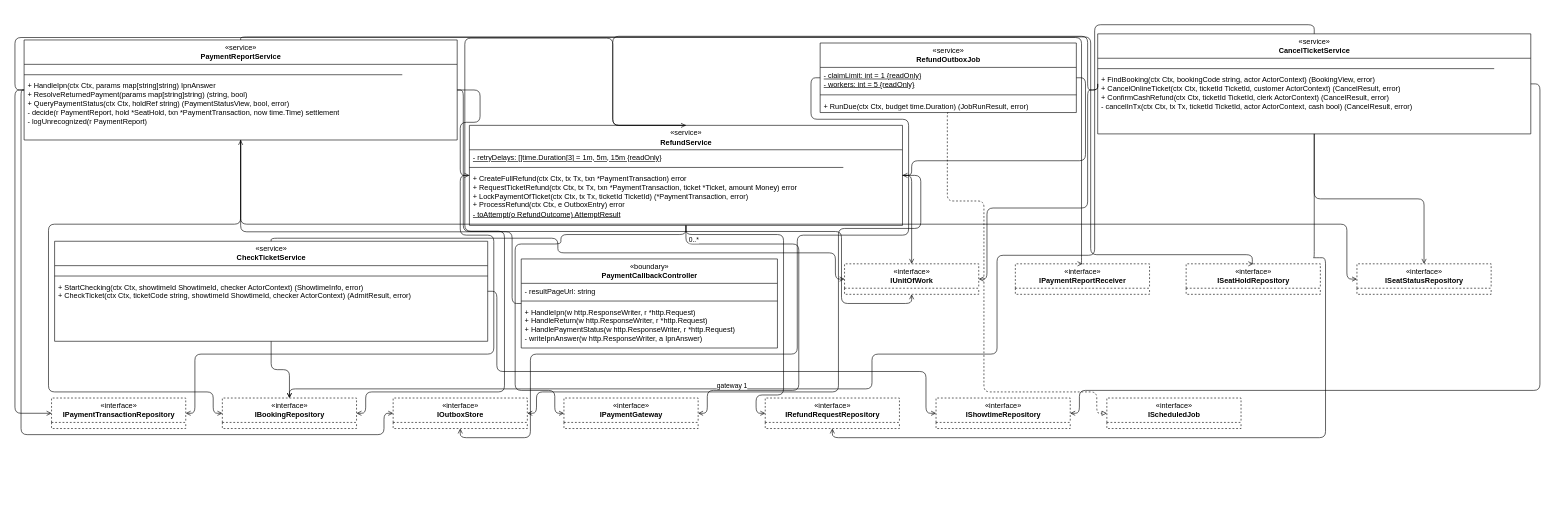
Above: design/diagrams/P12-class-PKG-12-PKG-14-PKG-15.drawio in luytbq/app-dat-ve-xem-phim (draw.io), before the change. Source tidied: cells renumbered, new cells numbered last; positions are measured from the earlier drawing's top-left corner, leaving out a move shared by most shapes. Both pictures are drawn from the tidied source at 61%, with x=0, y=0 at pixel (15, 24).
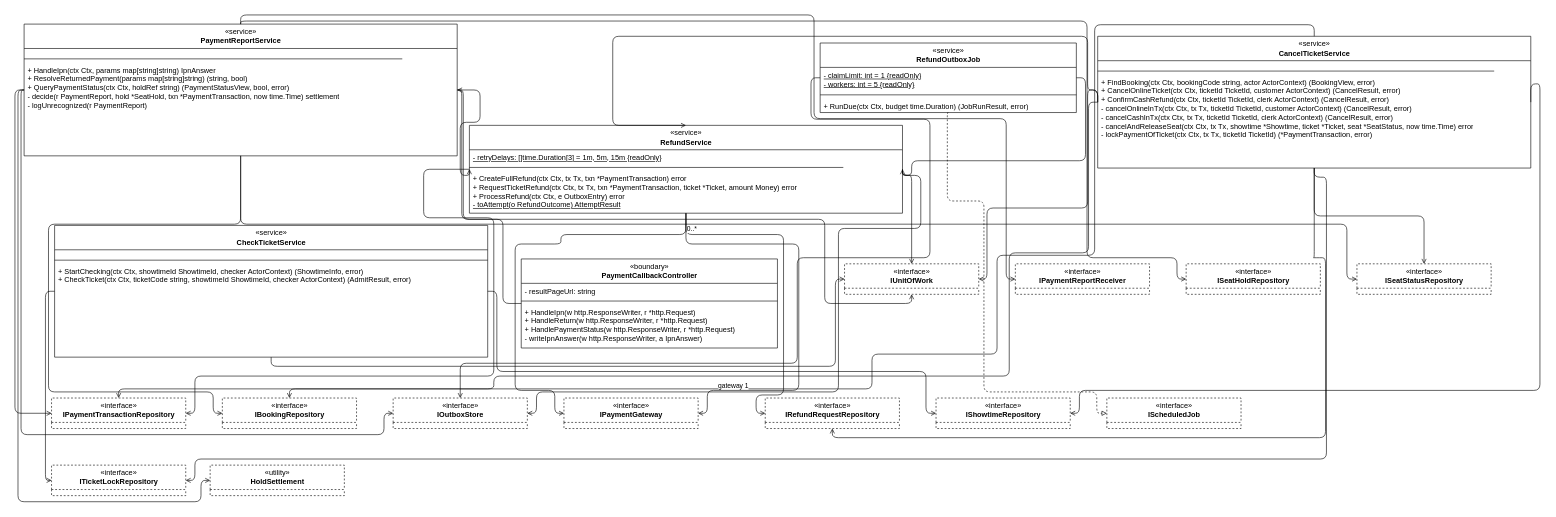
The same page after the edit.

Unchanged cells that the change refers to:
```xml
<mxCell id="10" value="«service»&lt;br&gt;&lt;b&gt;RefundOutboxJob&lt;/b&gt;" style="swimlane;fontStyle=0;align=center;horizontal=1;startSize=40;html=1;" parent="1" vertex="1">
  <mxGeometry x="1320" y="30" width="420" height="114" as="geometry" />
</mxCell>
<mxCell id="22" value="«boundary»&lt;br&gt;&lt;b&gt;PaymentCallbackController&lt;/b&gt;" style="swimlane;fontStyle=0;align=center;horizontal=1;startSize=40;html=1;" parent="1" vertex="1">
  <mxGeometry x="830" y="384" width="420" height="146" as="geometry" />
</mxCell>
<mxCell id="26" value="«interface»&lt;br&gt;&lt;b&gt;IUnitOfWork&lt;/b&gt;" style="swimlane;fontStyle=0;align=center;horizontal=1;startSize=40;html=1;dashed=1;" parent="1" vertex="1">
  <mxGeometry x="1360" y="392" width="220" height="50" as="geometry" />
</mxCell>
<mxCell id="27" value="«interface»&lt;br&gt;&lt;b&gt;IPaymentReportReceiver&lt;/b&gt;" style="swimlane;fontStyle=0;align=center;horizontal=1;startSize=40;html=1;dashed=1;" parent="1" vertex="1">
  <mxGeometry x="1640" y="392" width="220" height="50" as="geometry" />
</mxCell>
<mxCell id="28" value="«interface»&lt;br&gt;&lt;b&gt;ISeatHoldRepository&lt;/b&gt;" style="swimlane;fontStyle=0;align=center;horizontal=1;startSize=40;html=1;dashed=1;" parent="1" vertex="1">
  <mxGeometry x="1920" y="392" width="220" height="50" as="geometry" />
</mxCell>
<mxCell id="30" value="«interface»&lt;br&gt;&lt;b&gt;IPaymentTransactionRepository&lt;/b&gt;" style="swimlane;fontStyle=0;align=center;horizontal=1;startSize=40;html=1;dashed=1;" parent="1" vertex="1">
  <mxGeometry x="60" y="612" width="220" height="50" as="geometry" />
</mxCell>
<mxCell id="31" value="«interface»&lt;br&gt;&lt;b&gt;IBookingRepository&lt;/b&gt;" style="swimlane;fontStyle=0;align=center;horizontal=1;startSize=40;html=1;dashed=1;" parent="1" vertex="1">
  <mxGeometry x="340" y="612" width="220" height="50" as="geometry" />
</mxCell>
<mxCell id="32" value="«interface»&lt;br&gt;&lt;b&gt;IOutboxStore&lt;/b&gt;" style="swimlane;fontStyle=0;align=center;horizontal=1;startSize=40;html=1;dashed=1;" parent="1" vertex="1">
  <mxGeometry x="620" y="612" width="220" height="50" as="geometry" />
</mxCell>
```

Change to the diagram source:
```diff
@@
     <mxCell id="2" value="«service»&lt;br&gt;&lt;b&gt;PaymentReportService&lt;/b&gt;" style="swimlane;fontStyle=0;align=center;horizontal=1;startSize=40;html=1;" parent="1" vertex="1">
-      <mxGeometry x="15" y="25" width="710" height="164" as="geometry" />
+      <mxGeometry x="15" y="-1" width="710" height="216" as="geometry" />
     </mxCell>
@@
     <mxCell id="6" value="«service»&lt;br&gt;&lt;b&gt;RefundService&lt;/b&gt;" style="swimlane;fontStyle=0;align=center;horizontal=1;startSize=40;html=1;" parent="1" vertex="1">
-      <mxGeometry x="745" y="165" width="710" height="164" as="geometry" />
+      <mxGeometry x="745" y="165" width="710" height="144" as="geometry" />
     </mxCell>
@@
-    <mxCell id="9" value="+ CreateFullRefund(ctx Ctx, tx Tx, txn *PaymentTransaction) error&lt;br&gt;+ RequestTicketRefund(ctx Ctx, tx Tx, txn *PaymentTransaction, ticket *Ticket, amount Money) error&lt;br&gt;+ LockPaymentOfTicket(ctx Ctx, tx Tx, ticketId TicketId) (*PaymentTransaction, error)&lt;br&gt;+ ProcessRefund(ctx Ctx, e OutboxEntry) error&lt;br&gt;&lt;u&gt;- toAttempt(o RefundOutcome) AttemptResult&lt;/u&gt;" style="text;strokeColor=none;fillColor=none;align=left;verticalAlign=top;spacingLeft=4;spacingRight=4;overflow=hidden;whiteSpace=wrap;html=1;" parent="6" vertex="1">
-      <mxGeometry y="74" width="613" height="90" as="geometry" />
+    <mxCell id="9" value="+ CreateFullRefund(ctx Ctx, tx Tx, txn *PaymentTransaction) error&lt;br&gt;+ RequestTicketRefund(ctx Ctx, tx Tx, txn *PaymentTransaction, ticket *Ticket, amount Money) error&lt;br&gt;+ ProcessRefund(ctx Ctx, e OutboxEntry) error&lt;br&gt;&lt;u&gt;- toAttempt(o RefundOutcome) AttemptResult&lt;/u&gt;" style="text;strokeColor=none;fillColor=none;align=left;verticalAlign=top;spacingLeft=4;spacingRight=4;overflow=hidden;whiteSpace=wrap;html=1;" parent="6" vertex="1">
+      <mxGeometry y="74" width="613" height="70" as="geometry" />
     </mxCell>
@@
     <mxCell id="14" value="«service»&lt;br&gt;&lt;b&gt;CancelTicketService&lt;/b&gt;" style="swimlane;fontStyle=0;align=center;horizontal=1;startSize=40;html=1;" parent="1" vertex="1">
-      <mxGeometry x="1775" y="15" width="710" height="164" as="geometry" />
+      <mxGeometry x="1775" y="19" width="710" height="216" as="geometry" />
     </mxCell>
@@
-    <mxCell id="17" value="+ FindBooking(ctx Ctx, bookingCode string, actor ActorContext) (BookingView, error)&lt;br&gt;+ CancelOnlineTicket(ctx Ctx, ticketId TicketId, customer ActorContext) (CancelResult, error)&lt;br&gt;+ ConfirmCashRefund(ctx Ctx, ticketId TicketId, clerk ActorContext) (CancelResult, error)&lt;br&gt;- cancelInTx(ctx Ctx, tx Tx, ticketId TicketId, actor ActorContext, cash bool) (CancelResult, error)" style="text;strokeColor=none;fillColor=none;align=left;verticalAlign=top;spacingLeft=4;spacingRight=4;overflow=hidden;whiteSpace=wrap;html=1;" parent="14" vertex="1">
-      <mxGeometry y="62" width="650" height="70" as="geometry" />
+    <mxCell id="17" value="+ FindBooking(ctx Ctx, bookingCode string, actor ActorContext) (BookingView, error)&lt;br&gt;+ CancelOnlineTicket(ctx Ctx, ticketId TicketId, customer ActorContext) (CancelResult, error)&lt;br&gt;+ ConfirmCashRefund(ctx Ctx, ticketId TicketId, clerk ActorContext) (CancelResult, error)&lt;br&gt;- cancelOnlineInTx(ctx Ctx, tx Tx, ticketId TicketId, customer ActorContext) (CancelResult, error)&lt;br&gt;- cancelCashInTx(ctx Ctx, tx Tx, ticketId TicketId, clerk ActorContext) (CancelResult, error)&lt;br&gt;- cancelAndReleaseSeat(ctx Ctx, tx Tx, showtime *Showtime, ticket *Ticket, seat *SeatStatus, now time.Time) error&lt;br&gt;- lockPaymentOfTicket(ctx Ctx, tx Tx, ticketId TicketId) (*PaymentTransaction, error)" style="text;strokeColor=none;fillColor=none;align=left;verticalAlign=top;spacingLeft=4;spacingRight=4;overflow=hidden;whiteSpace=wrap;html=1;" parent="14" vertex="1">
+      <mxGeometry y="62" width="650" height="122" as="geometry" />
     </mxCell>
     <mxCell id="18" value="«service»&lt;br&gt;&lt;b&gt;CheckTicketService&lt;/b&gt;" style="swimlane;fontStyle=0;align=center;horizontal=1;startSize=40;html=1;" parent="1" vertex="1">
-      <mxGeometry x="65" y="355" width="710" height="164" as="geometry" />
+      <mxGeometry x="65" y="329" width="710" height="216" as="geometry" />
     </mxCell>
@@
     <mxCell id="37" style="edgeStyle=orthogonalEdgeStyle;html=1;endArrow=open;endFill=0;exitX=1;exitY=0.5;exitDx=0;exitDy=0;entryX=0.5;entryY=1;entryDx=0;entryDy=0;" parent="1" edge="1" source="2" target="26">
       <mxGeometry relative="1" as="geometry">
         <Array as="points">
-          <mxPoint x="735" y="107" />
-          <mxPoint x="735" y="339" />
-          <mxPoint x="1355" y="339" />
-          <mxPoint x="1355" y="457" />
+          <mxPoint x="732.5" y="107" />
+          <mxPoint x="732.5" y="319" />
+          <mxPoint x="1327.5" y="319" />
+          <mxPoint x="1327.5" y="457" />
           <mxPoint x="1470" y="457" />
         </Array>
       </mxGeometry>
     </mxCell>
-    <mxCell id="38" style="edgeStyle=orthogonalEdgeStyle;html=1;endArrow=open;endFill=0;exitX=0;exitY=0.5;exitDx=0;exitDy=0;entryX=0.5;entryY=0;entryDx=0;entryDy=0;" parent="1" edge="1" source="2" target="27">
+    <mxCell id="38" style="edgeStyle=orthogonalEdgeStyle;html=1;endArrow=open;endFill=0;exitX=0.5;exitY=0;exitDx=0;exitDy=0;entryX=0;entryY=0.5;entryDx=0;entryDy=0;" parent="1" edge="1" source="2" target="27">
       <mxGeometry relative="1" as="geometry">
         <Array as="points">
-          <mxPoint y="107" />
-          <mxPoint y="21" />
-          <mxPoint x="1748.5" y="21" />
+          <mxPoint x="370" y="-16" />
+          <mxPoint x="1310" y="-16" />
+          <mxPoint x="1310" y="154" />
+          <mxPoint x="1625" y="154" />
+          <mxPoint x="1625" y="417" />
         </Array>
       </mxGeometry>
     </mxCell>
-    <mxCell id="39" style="edgeStyle=orthogonalEdgeStyle;html=1;endArrow=open;endFill=0;exitX=0.5;exitY=0;exitDx=0;exitDy=0;entryX=0.5;entryY=0;entryDx=0;entryDy=0;" parent="1" edge="1" source="2" target="28">
+    <mxCell id="39" style="edgeStyle=orthogonalEdgeStyle;html=1;endArrow=open;endFill=0;exitX=0.5;exitY=0;exitDx=0;exitDy=0;entryX=0;entryY=0.5;entryDx=0;entryDy=0;" parent="1" edge="1" source="2" target="28">
       <mxGeometry relative="1" as="geometry">
         <Array as="points">
-          <mxPoint x="370" y="20" />
-          <mxPoint x="1763.5" y="20" />
-          <mxPoint x="1763.5" y="377" />
-          <mxPoint x="2028.5" y="377" />
+          <mxPoint x="370" y="-6" />
+          <mxPoint x="1757.5" y="-6" />
+          <mxPoint x="1757.5" y="382" />
+          <mxPoint x="1905" y="382" />
+          <mxPoint x="1905" y="417" />
         </Array>
       </mxGeometry>
     </mxCell>
@@
     <mxCell id="47" style="edgeStyle=orthogonalEdgeStyle;html=1;endArrow=open;endFill=0;exitX=0;exitY=0.5;exitDx=0;exitDy=0;entryX=1;entryY=0.5;entryDx=0;entryDy=0;" parent="1" edge="1" source="6" target="30">
       <mxGeometry relative="1" as="geometry">
         <Array as="points">
-          <mxPoint x="730" y="247" />
-          <mxPoint x="730" y="345" />
-          <mxPoint x="785" y="345" />
-          <mxPoint x="785" y="540" />
-          <mxPoint x="295" y="540" />
+          <mxPoint x="670" y="237" />
+          <mxPoint x="670" y="316.5" />
+          <mxPoint x="785" y="316.5" />
+          <mxPoint x="785" y="576" />
+          <mxPoint x="295" y="576" />
           <mxPoint x="295" y="637" />
         </Array>
       </mxGeometry>
     </mxCell>
-    <mxCell id="48" style="edgeStyle=orthogonalEdgeStyle;html=1;endArrow=open;endFill=0;exitX=0.5;exitY=0;exitDx=0;exitDy=0;entryX=1;entryY=0.5;entryDx=0;entryDy=0;" parent="1" edge="1" source="6" target="31">
-      <mxGeometry relative="1" as="geometry">
-        <Array as="points">
-          <mxPoint x="980" y="22" />
-          <mxPoint x="737.5" y="22" />
-          <mxPoint x="737.5" y="338.5" />
-          <mxPoint x="802.5" y="338.5" />
-          <mxPoint x="802.5" y="602" />
-          <mxPoint x="575" y="602" />
-          <mxPoint x="575" y="637" />
-        </Array>
-      </mxGeometry>
-    </mxCell>
@@
-    <mxCell id="51" style="edgeStyle=orthogonalEdgeStyle;html=1;endArrow=open;endFill=0;exitX=0;exitY=0.5;exitDx=0;exitDy=0;entryX=0.5;entryY=1;entryDx=0;entryDy=0;" parent="1" edge="1" source="10" target="32">
+    <mxCell id="51" style="edgeStyle=orthogonalEdgeStyle;html=1;endArrow=open;endFill=0;exitX=0;exitY=0.5;exitDx=0;exitDy=0;entryX=0.5;entryY=0;entryDx=0;entryDy=0;" parent="1" edge="1" source="10" target="32">
       <mxGeometry relative="1" as="geometry">
         <Array as="points">
           <mxPoint x="1305" y="87" />
           <mxPoint x="1305" y="155" />
-          <mxPoint x="1465" y="155" />
-          <mxPoint x="1465" y="345" />
-          <mxPoint x="1282.5" y="345" />
-          <mxPoint x="1282.5" y="540" />
-          <mxPoint x="845" y="540" />
-          <mxPoint x="845" y="677" />
-          <mxPoint x="730" y="677" />
+          <mxPoint x="1500" y="155" />
+          <mxPoint x="1500" y="382" />
+          <mxPoint x="1282.5" y="382" />
+          <mxPoint x="1282.5" y="555" />
+          <mxPoint x="730" y="555" />
         </Array>
       </mxGeometry>
     </mxCell>
@@
-    <mxCell id="59" style="edgeStyle=orthogonalEdgeStyle;html=1;endArrow=open;endFill=0;exitX=0.5;exitY=0;exitDx=0;exitDy=0;entryX=0;entryY=0.5;entryDx=0;entryDy=0;" parent="1" edge="1" source="18" target="26">
+    <mxCell id="59" style="edgeStyle=orthogonalEdgeStyle;html=1;endArrow=open;endFill=0;exitX=0.5;exitY=1;exitDx=0;exitDy=0;entryX=0;entryY=0.5;entryDx=0;entryDy=0;" parent="1" edge="1" source="18" target="26">
       <mxGeometry relative="1" as="geometry">
         <Array as="points">
-          <mxPoint x="420" y="350" />
-          <mxPoint x="890" y="350" />
-          <mxPoint x="890" y="374" />
-          <mxPoint x="1345" y="374" />
+          <mxPoint x="420" y="560" />
+          <mxPoint x="1345" y="560" />
           <mxPoint x="1345" y="417" />
         </Array>
       </mxGeometry>
     </mxCell>
@@
-    <mxCell id="61" style="edgeStyle=orthogonalEdgeStyle;html=1;endArrow=open;endFill=0;" parent="1" edge="1" source="18" target="31">
-      <mxGeometry relative="1" as="geometry" />
-    </mxCell>
-    <mxCell id="62" style="edgeStyle=orthogonalEdgeStyle;html=1;endArrow=open;endFill=0;exitX=0;exitY=0.5;exitDx=0;exitDy=0;entryX=0.5;entryY=1;entryDx=0;entryDy=0;" parent="1" edge="1" source="22" target="2">
+    <mxCell id="62" style="edgeStyle=orthogonalEdgeStyle;html=1;endArrow=open;endFill=0;exitX=0;exitY=0.5;exitDx=0;exitDy=0;entryX=1;entryY=0.5;entryDx=0;entryDy=0;" parent="1" edge="1" source="22" target="2">
       <mxGeometry relative="1" as="geometry">
         <Array as="points">
-          <mxPoint x="815" y="457" />
-          <mxPoint x="815" y="339.5" />
-          <mxPoint x="370" y="339.5" />
+          <mxPoint x="800" y="457" />
+          <mxPoint x="800" y="319" />
+          <mxPoint x="735" y="319" />
+          <mxPoint x="735" y="107" />
         </Array>
       </mxGeometry>
     </mxCell>
@@
+    <mxCell id="67" value="«interface»&lt;br&gt;&lt;b&gt;ITicketLockRepository&lt;/b&gt;" style="swimlane;fontStyle=0;align=center;horizontal=1;startSize=40;html=1;dashed=1;" parent="1" vertex="1">
+      <mxGeometry x="60" y="722" width="220" height="50" as="geometry" />
+    </mxCell>
+    <mxCell id="68" value="«utility»&lt;br&gt;&lt;b&gt;HoldSettlement&lt;/b&gt;" style="swimlane;fontStyle=0;align=center;horizontal=1;startSize=40;html=1;dashed=1;" parent="1" vertex="1">
+      <mxGeometry x="320" y="722" width="220" height="50" as="geometry" />
+    </mxCell>
+    <mxCell id="69" style="edgeStyle=orthogonalEdgeStyle;html=1;endArrow=open;endFill=0;exitX=0;exitY=0.5;exitDx=0;exitDy=0;entryX=0;entryY=0.5;entryDx=0;entryDy=0;" parent="1" edge="1" source="2" target="68">
+      <mxGeometry relative="1" as="geometry">
+        <Array as="points">
+          <mxPoint x="5" y="107" />
+          <mxPoint x="5" y="782" />
+          <mxPoint x="305" y="782" />
+          <mxPoint x="305" y="747" />
+        </Array>
+      </mxGeometry>
+    </mxCell>
+    <mxCell id="70" style="edgeStyle=orthogonalEdgeStyle;html=1;endArrow=open;endFill=0;exitX=0.5;exitY=1;exitDx=0;exitDy=0;entryX=1;entryY=0.5;entryDx=0;entryDy=0;" parent="1" edge="1" source="14" target="67">
+      <mxGeometry relative="1" as="geometry">
+        <Array as="points">
+          <mxPoint x="2130" y="250" />
+          <mxPoint x="2150" y="250" />
+          <mxPoint x="2150" y="712" />
+          <mxPoint x="295" y="712" />
+          <mxPoint x="295" y="747" />
+        </Array>
+      </mxGeometry>
+    </mxCell>
+    <mxCell id="71" style="edgeStyle=orthogonalEdgeStyle;html=1;endArrow=open;endFill=0;exitX=0;exitY=0.5;exitDx=0;exitDy=0;entryX=0;entryY=0.5;entryDx=0;entryDy=0;" parent="1" edge="1" source="18" target="67">
+      <mxGeometry relative="1" as="geometry">
+        <Array as="points">
+          <mxPoint x="50" y="437" />
+          <mxPoint x="50" y="747" />
+        </Array>
+      </mxGeometry>
+    </mxCell>
+    <mxCell id="72" style="edgeStyle=orthogonalEdgeStyle;html=1;endArrow=open;endFill=0;exitX=0;exitY=0.5;exitDx=0;exitDy=0;entryX=0.5;entryY=0;entryDx=0;entryDy=0;" parent="1" edge="1" source="14" target="30">
+      <mxGeometry relative="1" as="geometry">
+        <Array as="points">
+          <mxPoint x="1760" y="127" />
+          <mxPoint x="1760" y="374" />
+          <mxPoint x="1630" y="374" />
+          <mxPoint x="1630" y="576" />
+          <mxPoint x="785" y="576" />
+          <mxPoint x="785" y="597" />
+          <mxPoint x="170" y="597" />
+        </Array>
+      </mxGeometry>
+    </mxCell>
```
